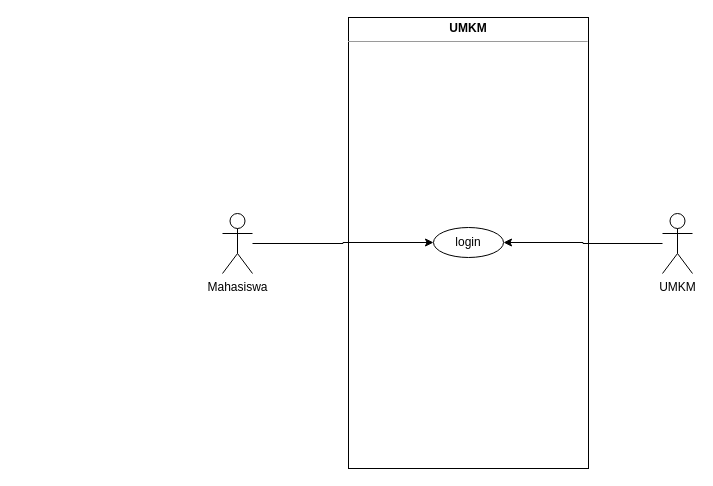
Above: page "UML (UseCase)" (2 of 2) of uml-diagram.drawio in isalzufari/sayembaara (draw.io), before the change. Source tidied: cells renumbered, new cells numbered last; positions are measured from the earlier drawing's top-left corner, leaving out a move shared by most shapes. Both pictures are drawn from the tidied source at 100%, with x=0, y=0 at pixel (222, 17).
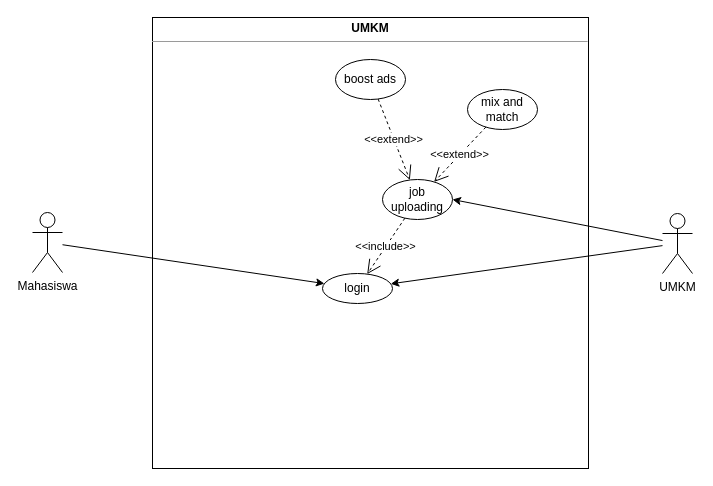
After the change.

Commit message:
Use Case: adding job uploading.drawio

What changed in the source:
```diff
@@
 <mxGraphModel>
   <root>
     <mxCell id="0" />
     <mxCell id="1" parent="0" />
     <mxCell id="2" value="&lt;p style=&quot;margin:0px;margin-top:4px;text-align:center;&quot;&gt;&lt;b&gt;UMKM&lt;/b&gt;&lt;/p&gt;&lt;hr size=&quot;1&quot;&gt;&lt;div style=&quot;height:2px;&quot;&gt;&lt;/div&gt;" style="verticalAlign=top;align=left;overflow=fill;fontSize=12;fontFamily=Helvetica;html=1;whiteSpace=wrap;" parent="1" vertex="1">
-      <mxGeometry x="126" width="240" height="451" as="geometry" />
+      <mxGeometry x="-70" width="436" height="451" as="geometry" />
     </mxCell>
-    <mxCell id="3" style="edgeStyle=orthogonalEdgeStyle;rounded=0;jettySize=auto;html=1;" parent="1" edge="1" source="4" target="7">
+    <mxCell id="3" style="rounded=0;jettySize=auto;html=1;" parent="1" edge="1" source="4" target="7">
       <mxGeometry relative="1" as="geometry" />
     </mxCell>
     <mxCell id="4" value="Mahasiswa" style="shape=umlActor;verticalLabelPosition=bottom;verticalAlign=top;html=1;" parent="1" vertex="1">
-      <mxGeometry y="196" width="30" height="60" as="geometry" />
+      <mxGeometry x="-190" y="195" width="30" height="60" as="geometry" />
     </mxCell>
-    <mxCell id="5" style="edgeStyle=orthogonalEdgeStyle;rounded=0;jettySize=auto;html=1;" parent="1" edge="1" source="6" target="7">
+    <mxCell id="5" style="rounded=0;jettySize=auto;html=1;" parent="1" edge="1" source="6" target="7">
       <mxGeometry relative="1" as="geometry" />
     </mxCell>
+    <mxCell id="8" style="rounded=0;jettySize=auto;html=1;entryX=1;entryY=0.5;entryDx=0;entryDy=0;" parent="1" edge="1" source="6" target="9">
+      <mxGeometry relative="1" as="geometry" />
+    </mxCell>
     <mxCell id="6" value="UMKM" style="shape=umlActor;verticalLabelPosition=bottom;verticalAlign=top;html=1;" parent="1" vertex="1">
       <mxGeometry x="440" y="196" width="30" height="60" as="geometry" />
     </mxCell>
     <mxCell id="7" value="login" style="ellipse;whiteSpace=wrap;html=1;" parent="1" vertex="1">
-      <mxGeometry x="211" y="210" width="70" height="30" as="geometry" />
+      <mxGeometry x="100" y="256" width="70" height="30" as="geometry" />
     </mxCell>
+    <mxCell id="9" value="job uploading" style="ellipse;whiteSpace=wrap;html=1;" parent="1" vertex="1">
+      <mxGeometry x="160" y="162" width="70" height="40" as="geometry" />
+    </mxCell>
+    <mxCell id="10" value="mix and match" style="ellipse;whiteSpace=wrap;html=1;" parent="1" vertex="1">
+      <mxGeometry x="245" y="72" width="70" height="40" as="geometry" />
+    </mxCell>
+    <mxCell id="11" value="&amp;lt;&amp;lt;include&amp;gt;&amp;gt;" style="endArrow=open;endSize=12;dashed=1;html=1;rounded=0;" parent="1" edge="1" source="9" target="7">
+      <mxGeometry relative="1" as="geometry" />
+    </mxCell>
+    <mxCell id="12" value="&amp;lt;&amp;lt;extend&amp;gt;&amp;gt;" style="endArrow=open;endSize=12;dashed=1;html=1;rounded=0;" parent="1" edge="1" source="10" target="9">
+      <mxGeometry relative="1" as="geometry" />
+    </mxCell>
+    <mxCell id="13" value="boost ads" style="ellipse;whiteSpace=wrap;html=1;" parent="1" vertex="1">
+      <mxGeometry x="113" y="42" width="70" height="40" as="geometry" />
+    </mxCell>
+    <mxCell id="14" value="&amp;lt;&amp;lt;extend&amp;gt;&amp;gt;" style="endArrow=open;endSize=12;dashed=1;html=1;rounded=0;" parent="1" edge="1" source="13" target="9">
+      <mxGeometry relative="1" as="geometry" />
+    </mxCell>
   </root>
 </mxGraphModel>
```
